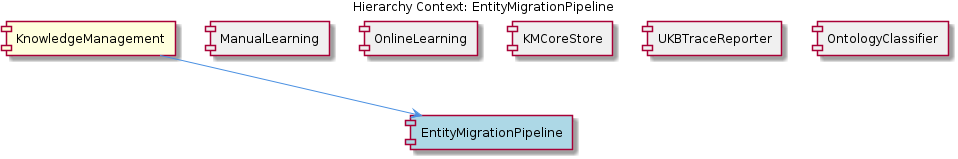
The PlantUML diagram knowledge-management/insights/images/entity-migration-pipeline-relationship.png in fwornle/coding, before a commit. Its source is kept beside it as .data/knowledge-graph/insights/puml/entity-migration-pipeline-relationship.puml. Its diagram source:
```plantuml
@startuml
!include _standard-style.puml

title Hierarchy Context: EntityMigrationPipeline

[KnowledgeManagement] as knowledge_management #FFFFDD
[EntityMigrationPipeline] as entity_migration_pipeline #LightBlue
[ManualLearning] as manual_learning #F0F0F0
[OnlineLearning] as online_learning #F0F0F0
[KMCoreStore] as kmcore_store #F0F0F0
[UKBTraceReporter] as ukbtrace_reporter #F0F0F0
[OntologyClassifier] as ontology_classifier #F0F0F0

knowledge_management --> entity_migration_pipeline
manual_learning -[hidden]- entity_migration_pipeline
online_learning -[hidden]- entity_migration_pipeline
kmcore_store -[hidden]- entity_migration_pipeline
ukbtrace_reporter -[hidden]- entity_migration_pipeline
ontology_classifier -[hidden]- entity_migration_pipeline

@enduml
```
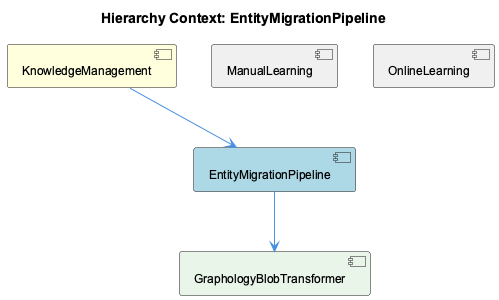
Later version of the same file.

Diff of the diagram source:
```diff
@@ -7,15 +7,11 @@
 [EntityMigrationPipeline] as entity_migration_pipeline #LightBlue
 [ManualLearning] as manual_learning #F0F0F0
 [OnlineLearning] as online_learning #F0F0F0
-[KMCoreStore] as kmcore_store #F0F0F0
-[UKBTraceReporter] as ukbtrace_reporter #F0F0F0
-[OntologyClassifier] as ontology_classifier #F0F0F0
+[GraphologyBlobTransformer] as graphology_blob_transformer #E8F5E8
 
 knowledge_management --> entity_migration_pipeline
 manual_learning -[hidden]- entity_migration_pipeline
 online_learning -[hidden]- entity_migration_pipeline
-kmcore_store -[hidden]- entity_migration_pipeline
-ukbtrace_reporter -[hidden]- entity_migration_pipeline
-ontology_classifier -[hidden]- entity_migration_pipeline
+entity_migration_pipeline --> graphology_blob_transformer
 
 @enduml
```
